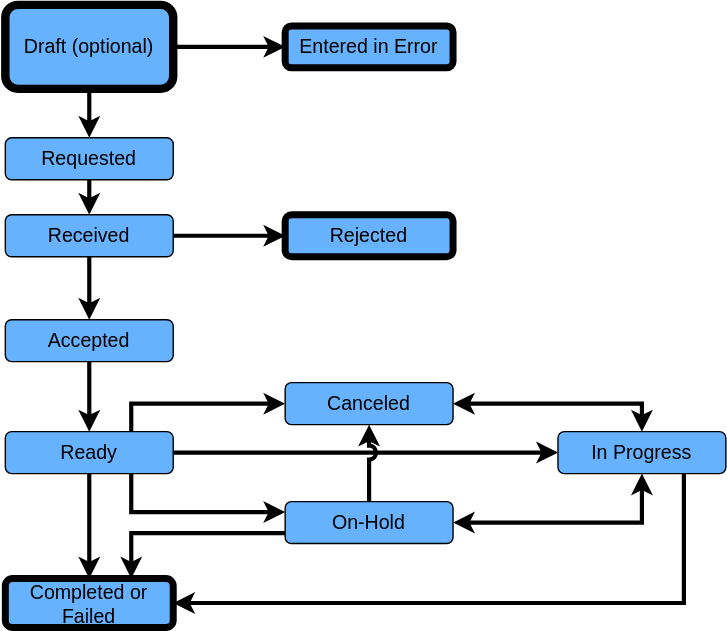
Earlier version of the draw.io export input/images/ReferralTaskStateDiagram.svg (HL7/fhir-sdoh-clinicalcare). Source tidied: cells renumbered, new cells last; positions are measured from the earlier drawing's top-left corner, leaving out a move shared by most shapes. The source it was exported from:
```xml
<mxGraphModel>
  <root>
    <mxCell id="0" />
    <mxCell id="1" parent="0" />
    <mxCell id="2" value="&lt;font style=&quot;font-size: 14px;&quot;&gt;Entered in Error&lt;/font&gt;" style="rounded=1;whiteSpace=wrap;html=1;fillColor=#66B2FF;strokeWidth=5;" parent="1" vertex="1">
      <mxGeometry x="200" y="15" width="120" height="30" as="geometry" />
    </mxCell>
    <mxCell id="3" style="edgeStyle=orthogonalEdgeStyle;rounded=0;jettySize=auto;html=1;exitX=0.5;exitY=1;exitDx=0;exitDy=0;entryX=0.5;entryY=0;entryDx=0;entryDy=0;fontSize=14;strokeWidth=3;" parent="1" edge="1" source="4" target="7">
      <mxGeometry relative="1" as="geometry" />
    </mxCell>
    <mxCell id="4" value="&lt;font style=&quot;font-size: 14px;&quot;&gt;Requested&lt;/font&gt;" style="rounded=1;whiteSpace=wrap;html=1;fillColor=#66B2FF;" parent="1" vertex="1">
      <mxGeometry y="95" width="120" height="30" as="geometry" />
    </mxCell>
    <mxCell id="5" style="edgeStyle=orthogonalEdgeStyle;rounded=0;jettySize=auto;html=1;exitX=0.5;exitY=1;exitDx=0;exitDy=0;entryX=0.5;entryY=0;entryDx=0;entryDy=0;fontSize=14;strokeWidth=3;" parent="1" edge="1" source="7" target="9">
      <mxGeometry relative="1" as="geometry" />
    </mxCell>
    <mxCell id="6" style="edgeStyle=orthogonalEdgeStyle;rounded=0;jettySize=auto;html=1;exitX=1;exitY=0.5;exitDx=0;exitDy=0;entryX=0;entryY=0.5;entryDx=0;entryDy=0;fontSize=14;strokeWidth=3;" parent="1" edge="1" source="7" target="26">
      <mxGeometry relative="1" as="geometry" />
    </mxCell>
    <mxCell id="7" value="&lt;font style=&quot;font-size: 14px;&quot;&gt;Received&lt;/font&gt;" style="rounded=1;whiteSpace=wrap;html=1;fillColor=#66B2FF;" parent="1" vertex="1">
      <mxGeometry y="150" width="120" height="30" as="geometry" />
    </mxCell>
    <mxCell id="8" style="edgeStyle=orthogonalEdgeStyle;rounded=0;jettySize=auto;html=1;exitX=0.5;exitY=1;exitDx=0;exitDy=0;entryX=0.5;entryY=0;entryDx=0;entryDy=0;fontSize=14;strokeWidth=3;" parent="1" edge="1" source="9" target="16">
      <mxGeometry relative="1" as="geometry" />
    </mxCell>
    <mxCell id="9" value="&lt;span style=&quot;font-size: 14px;&quot;&gt;Accepted&lt;/span&gt;" style="rounded=1;whiteSpace=wrap;html=1;fillColor=#66B2FF;" parent="1" vertex="1">
      <mxGeometry y="225" width="120" height="30" as="geometry" />
    </mxCell>
    <mxCell id="10" style="edgeStyle=orthogonalEdgeStyle;rounded=0;jumpStyle=arc;jumpSize=6;jettySize=auto;html=1;exitX=1;exitY=0.5;exitDx=0;exitDy=0;fontSize=14;startArrow=classic;startFill=1;entryX=0.5;entryY=0;entryDx=0;entryDy=0;strokeWidth=3;" parent="1" edge="1" source="11" target="18">
      <mxGeometry relative="1" as="geometry" />
    </mxCell>
    <mxCell id="11" value="&lt;font style=&quot;font-size: 14px;&quot;&gt;Canceled&lt;/font&gt;" style="rounded=1;whiteSpace=wrap;html=1;fillColor=#66B2FF;" parent="1" vertex="1">
      <mxGeometry x="200" y="270" width="120" height="30" as="geometry" />
    </mxCell>
    <mxCell id="12" style="edgeStyle=orthogonalEdgeStyle;rounded=0;jettySize=auto;html=1;exitX=0.5;exitY=1;exitDx=0;exitDy=0;entryX=0.5;entryY=0;entryDx=0;entryDy=0;fontSize=14;strokeWidth=3;" parent="1" edge="1" source="16" target="27">
      <mxGeometry relative="1" as="geometry" />
    </mxCell>
    <mxCell id="13" style="edgeStyle=orthogonalEdgeStyle;rounded=0;jumpStyle=arc;jumpSize=6;jettySize=auto;html=1;exitX=0.75;exitY=0;exitDx=0;exitDy=0;fontSize=14;startArrow=none;startFill=0;entryX=0;entryY=0.5;entryDx=0;entryDy=0;strokeWidth=3;" parent="1" edge="1" source="16" target="11">
      <mxGeometry relative="1" as="geometry" />
    </mxCell>
    <mxCell id="14" style="edgeStyle=orthogonalEdgeStyle;rounded=0;jumpStyle=arc;jumpSize=6;jettySize=auto;html=1;exitX=1;exitY=0.5;exitDx=0;exitDy=0;entryX=0;entryY=0.5;entryDx=0;entryDy=0;fontSize=14;startArrow=none;startFill=0;strokeWidth=3;" parent="1" edge="1" source="16" target="18">
      <mxGeometry relative="1" as="geometry" />
    </mxCell>
    <mxCell id="15" style="edgeStyle=orthogonalEdgeStyle;rounded=0;jumpStyle=arc;jumpSize=6;jettySize=auto;html=1;exitX=0.75;exitY=1;exitDx=0;exitDy=0;fontSize=14;startArrow=none;startFill=0;strokeWidth=3;entryX=0;entryY=0.25;entryDx=0;entryDy=0;" parent="1" edge="1" source="16" target="22">
      <mxGeometry relative="1" as="geometry" />
    </mxCell>
    <mxCell id="16" value="&lt;span style=&quot;font-size: 14px;&quot;&gt;Ready&lt;/span&gt;" style="rounded=1;whiteSpace=wrap;html=1;fillColor=#66B2FF;" parent="1" vertex="1">
      <mxGeometry y="305" width="120" height="30" as="geometry" />
    </mxCell>
    <mxCell id="17" style="edgeStyle=orthogonalEdgeStyle;rounded=0;jumpStyle=arc;jumpSize=6;jettySize=auto;html=1;exitX=0.75;exitY=1;exitDx=0;exitDy=0;fontSize=14;startArrow=none;startFill=0;entryX=1;entryY=0.5;entryDx=0;entryDy=0;strokeWidth=3;" parent="1" edge="1" source="18" target="27">
      <mxGeometry relative="1" as="geometry" />
    </mxCell>
    <mxCell id="18" value="&lt;span style=&quot;font-size: 14px;&quot;&gt;In Progress&lt;/span&gt;" style="rounded=1;whiteSpace=wrap;html=1;fillColor=#66B2FF;" parent="1" vertex="1">
      <mxGeometry x="395" y="305" width="120" height="30" as="geometry" />
    </mxCell>
    <mxCell id="19" style="edgeStyle=orthogonalEdgeStyle;rounded=0;jettySize=auto;html=1;exitX=0.5;exitY=0;exitDx=0;exitDy=0;entryX=0.5;entryY=1;entryDx=0;entryDy=0;fontSize=14;jumpStyle=arc;strokeWidth=3;" parent="1" edge="1" source="22" target="11">
      <mxGeometry relative="1" as="geometry" />
    </mxCell>
    <mxCell id="20" style="edgeStyle=orthogonalEdgeStyle;rounded=0;jumpStyle=arc;jumpSize=6;jettySize=auto;html=1;exitX=1;exitY=0.5;exitDx=0;exitDy=0;fontSize=14;startArrow=classic;startFill=1;strokeWidth=3;" parent="1" edge="1" source="22" target="18">
      <mxGeometry relative="1" as="geometry" />
    </mxCell>
    <mxCell id="21" style="edgeStyle=orthogonalEdgeStyle;rounded=0;jumpStyle=arc;jumpSize=6;jettySize=auto;html=1;exitX=0;exitY=0.75;exitDx=0;exitDy=0;fontSize=14;startArrow=none;startFill=0;entryX=0.75;entryY=0;entryDx=0;entryDy=0;strokeWidth=3;" parent="1" edge="1" source="22" target="27">
      <mxGeometry relative="1" as="geometry" />
    </mxCell>
    <mxCell id="22" value="&lt;span style=&quot;font-size: 14px;&quot;&gt;On-Hold&lt;/span&gt;" style="rounded=1;whiteSpace=wrap;html=1;fillColor=#66B2FF;" parent="1" vertex="1">
      <mxGeometry x="200" y="355" width="120" height="30" as="geometry" />
    </mxCell>
    <mxCell id="23" style="edgeStyle=orthogonalEdgeStyle;rounded=0;jettySize=auto;html=1;exitX=0.5;exitY=1;exitDx=0;exitDy=0;entryX=0.5;entryY=0;entryDx=0;entryDy=0;fontSize=14;strokeWidth=3;" parent="1" edge="1" source="25" target="4">
      <mxGeometry relative="1" as="geometry" />
    </mxCell>
    <mxCell id="24" style="edgeStyle=orthogonalEdgeStyle;rounded=0;jettySize=auto;html=1;exitX=1;exitY=0.5;exitDx=0;exitDy=0;entryX=0;entryY=0.5;entryDx=0;entryDy=0;fontSize=14;strokeWidth=3;" parent="1" edge="1" source="25" target="2">
      <mxGeometry relative="1" as="geometry" />
    </mxCell>
    <mxCell id="25" value="Draft (optional)" style="rounded=1;whiteSpace=wrap;html=1;fontSize=14;strokeWidth=6;fillColor=#66B2FF;" parent="1" vertex="1">
      <mxGeometry width="120" height="60" as="geometry" />
    </mxCell>
    <mxCell id="26" value="&lt;span style=&quot;font-size: 14px;&quot;&gt;Rejected&lt;/span&gt;" style="rounded=1;whiteSpace=wrap;html=1;fillColor=#66B2FF;strokeWidth=5;" parent="1" vertex="1">
      <mxGeometry x="200" y="150" width="120" height="30" as="geometry" />
    </mxCell>
    <mxCell id="27" value="&lt;span style=&quot;font-size: 14px;&quot;&gt;Completed or Failed&lt;/span&gt;" style="rounded=1;whiteSpace=wrap;html=1;fillColor=#66B2FF;strokeWidth=5;" parent="1" vertex="1">
      <mxGeometry y="410" width="120" height="35" as="geometry" />
    </mxCell>
  </root>
</mxGraphModel>
```
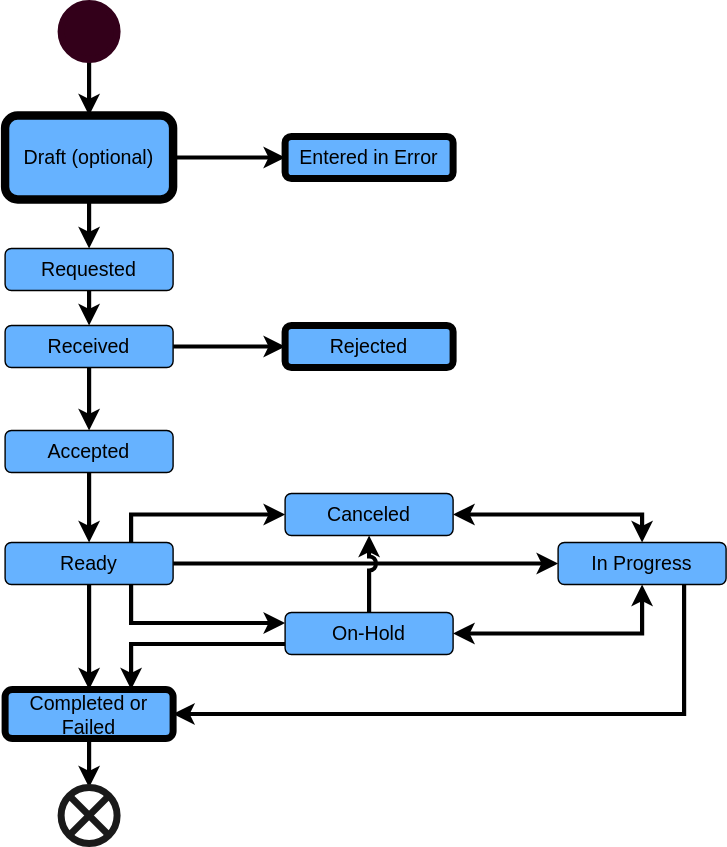
Later version of the same file.

Change to the diagram source:
```diff
@@ -77,8 +77,20 @@
     <mxCell id="26" value="&lt;span style=&quot;font-size: 14px;&quot;&gt;Rejected&lt;/span&gt;" style="rounded=1;whiteSpace=wrap;html=1;fillColor=#66B2FF;strokeWidth=5;" parent="1" vertex="1">
       <mxGeometry x="200" y="150" width="120" height="30" as="geometry" />
     </mxCell>
+    <mxCell id="28" style="edgeStyle=orthogonalEdgeStyle;rounded=0;jumpStyle=arc;jumpSize=6;jettySize=auto;html=1;exitX=0.5;exitY=1;exitDx=0;exitDy=0;entryX=0.5;entryY=0;entryDx=0;entryDy=0;fontSize=14;startArrow=none;startFill=0;strokeWidth=3;" parent="1" edge="1" source="27" target="29">
+      <mxGeometry relative="1" as="geometry" />
+    </mxCell>
     <mxCell id="27" value="&lt;span style=&quot;font-size: 14px;&quot;&gt;Completed or Failed&lt;/span&gt;" style="rounded=1;whiteSpace=wrap;html=1;fillColor=#66B2FF;strokeWidth=5;" parent="1" vertex="1">
       <mxGeometry y="410" width="120" height="35" as="geometry" />
     </mxCell>
+    <mxCell id="29" style="shape=sumEllipse;perimeter=ellipsePerimeter;whiteSpace=wrap;html=1;backgroundOutline=1;fontSize=14;strokeColor=#1A1A1A;strokeWidth=5;fillColor=#FFFFFF;" parent="1" vertex="1">
+      <mxGeometry x="40" y="480" width="40" height="40" as="geometry" />
+    </mxCell>
+    <mxCell id="30" style="edgeStyle=orthogonalEdgeStyle;rounded=0;jumpStyle=arc;jumpSize=6;jettySize=auto;html=1;exitX=0.5;exitY=1;exitDx=0;exitDy=0;entryX=0.5;entryY=0;entryDx=0;entryDy=0;fontSize=14;startArrow=none;startFill=0;strokeWidth=3;" parent="1" edge="1" source="31" target="25">
+      <mxGeometry relative="1" as="geometry" />
+    </mxCell>
+    <mxCell id="31" style="ellipse;whiteSpace=wrap;html=1;fontSize=14;strokeColor=#33001A;strokeWidth=5;fillColor=#33001A;" parent="1" vertex="1">
+      <mxGeometry x="40" y="-80" width="40" height="40" as="geometry" />
+    </mxCell>
   </root>
 </mxGraphModel>
```
